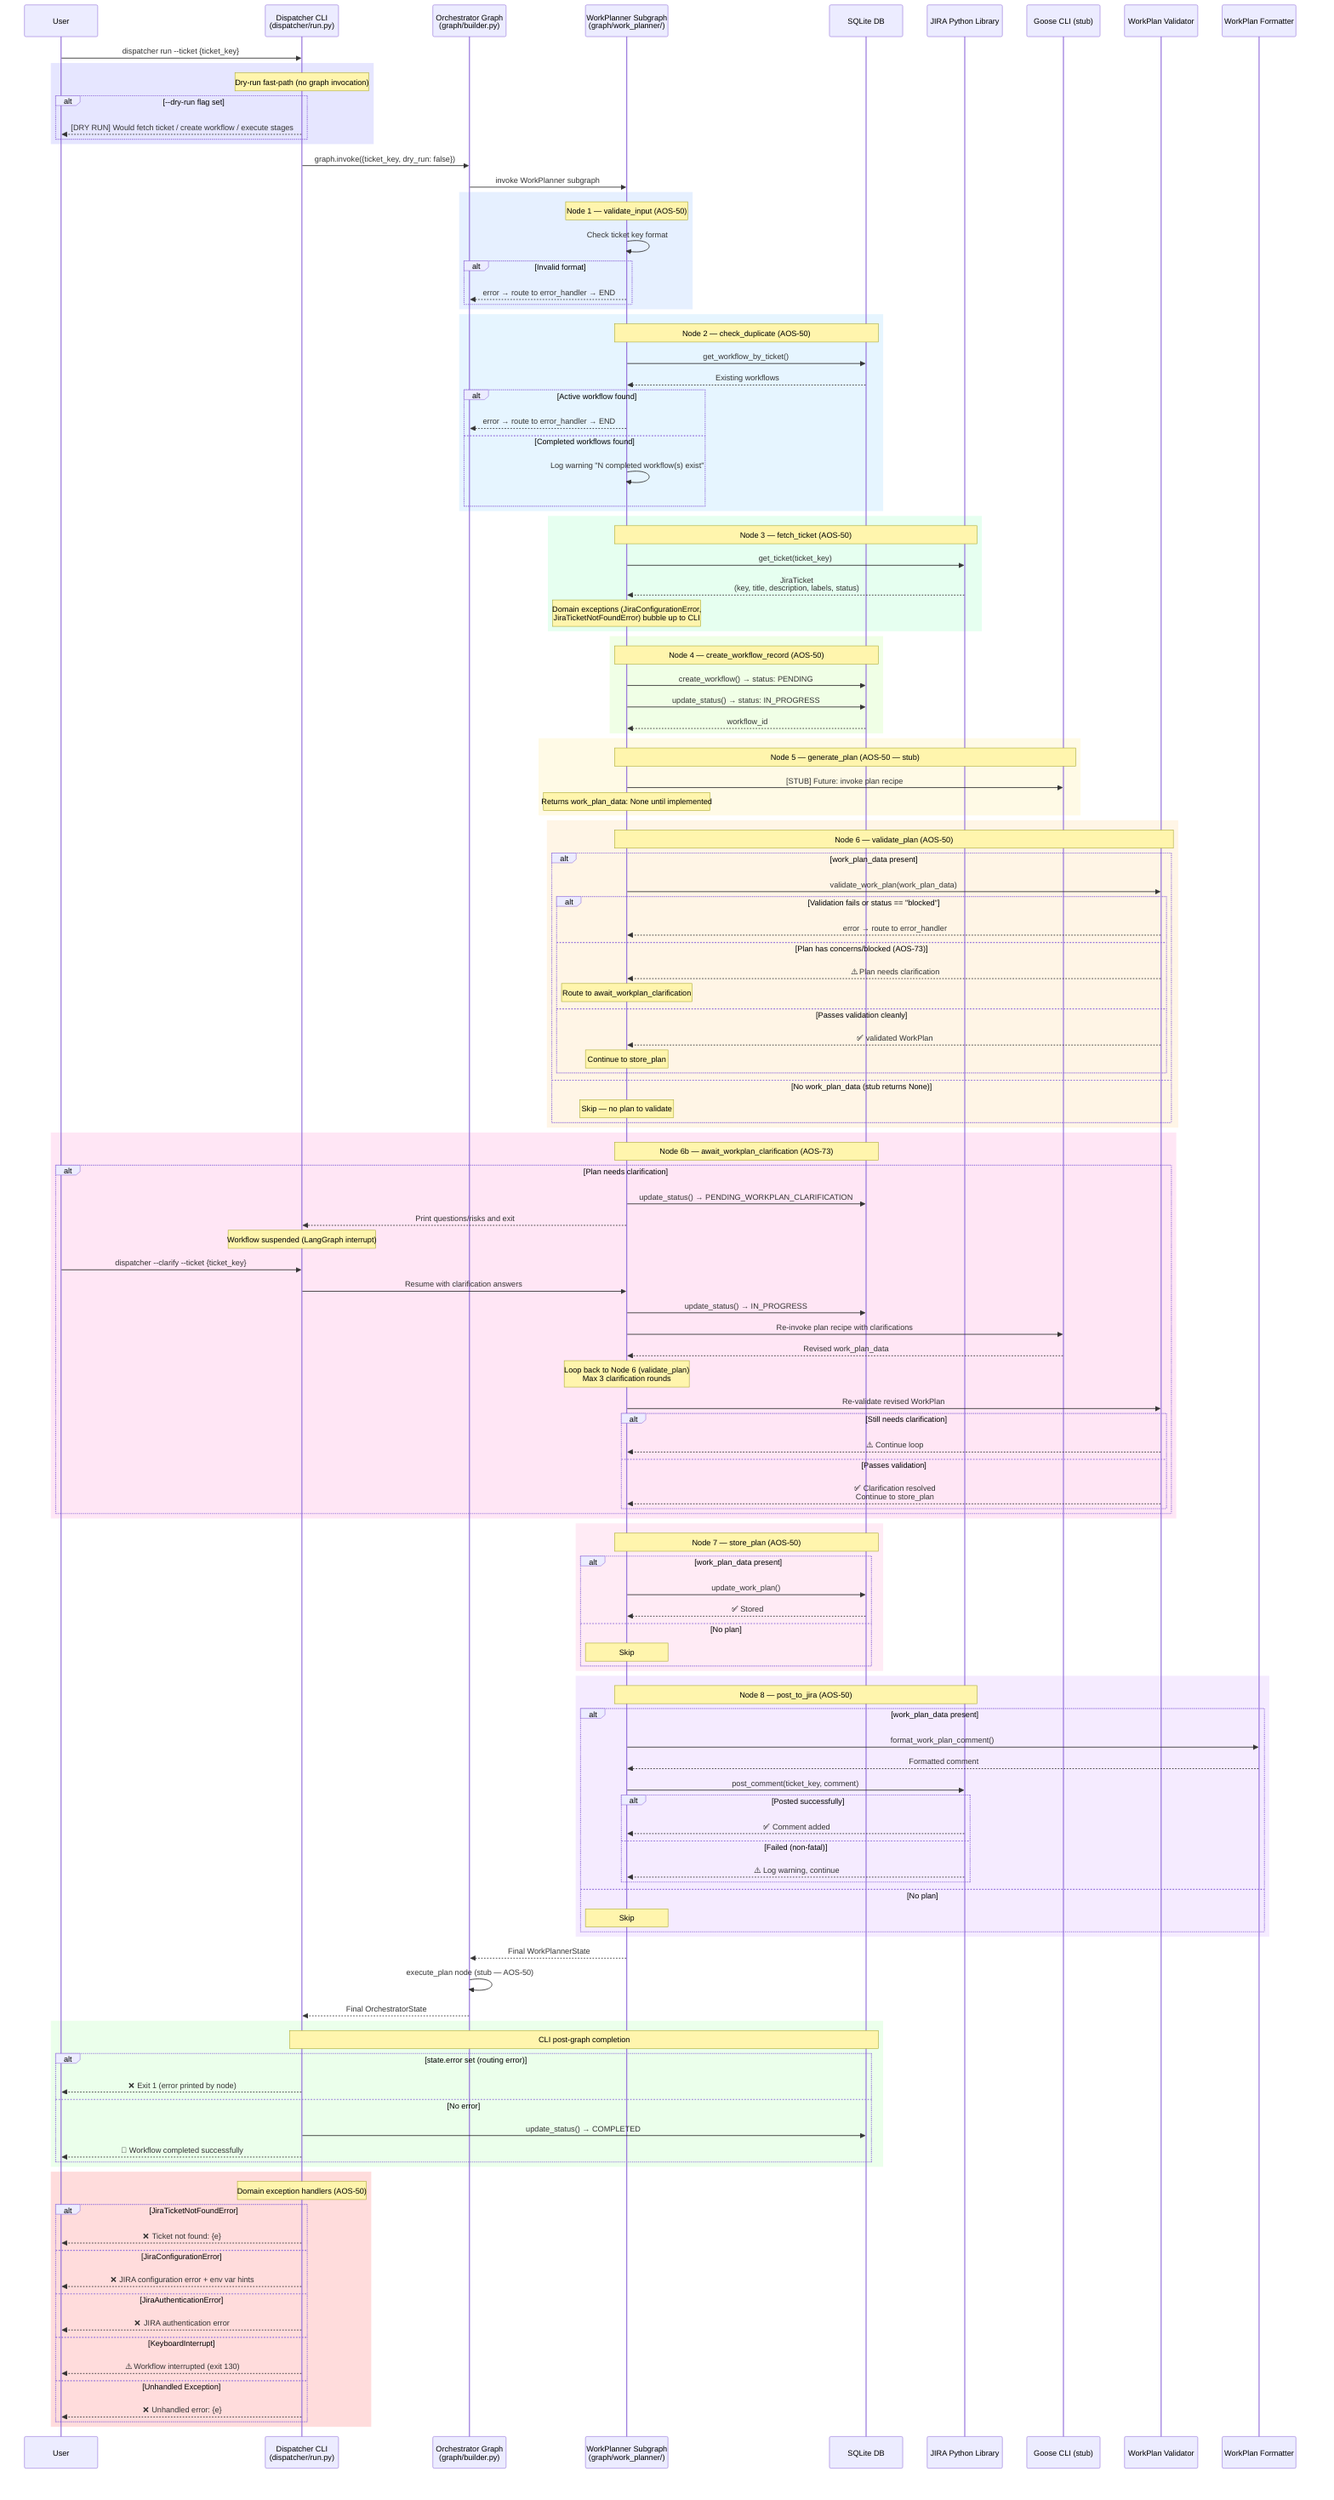
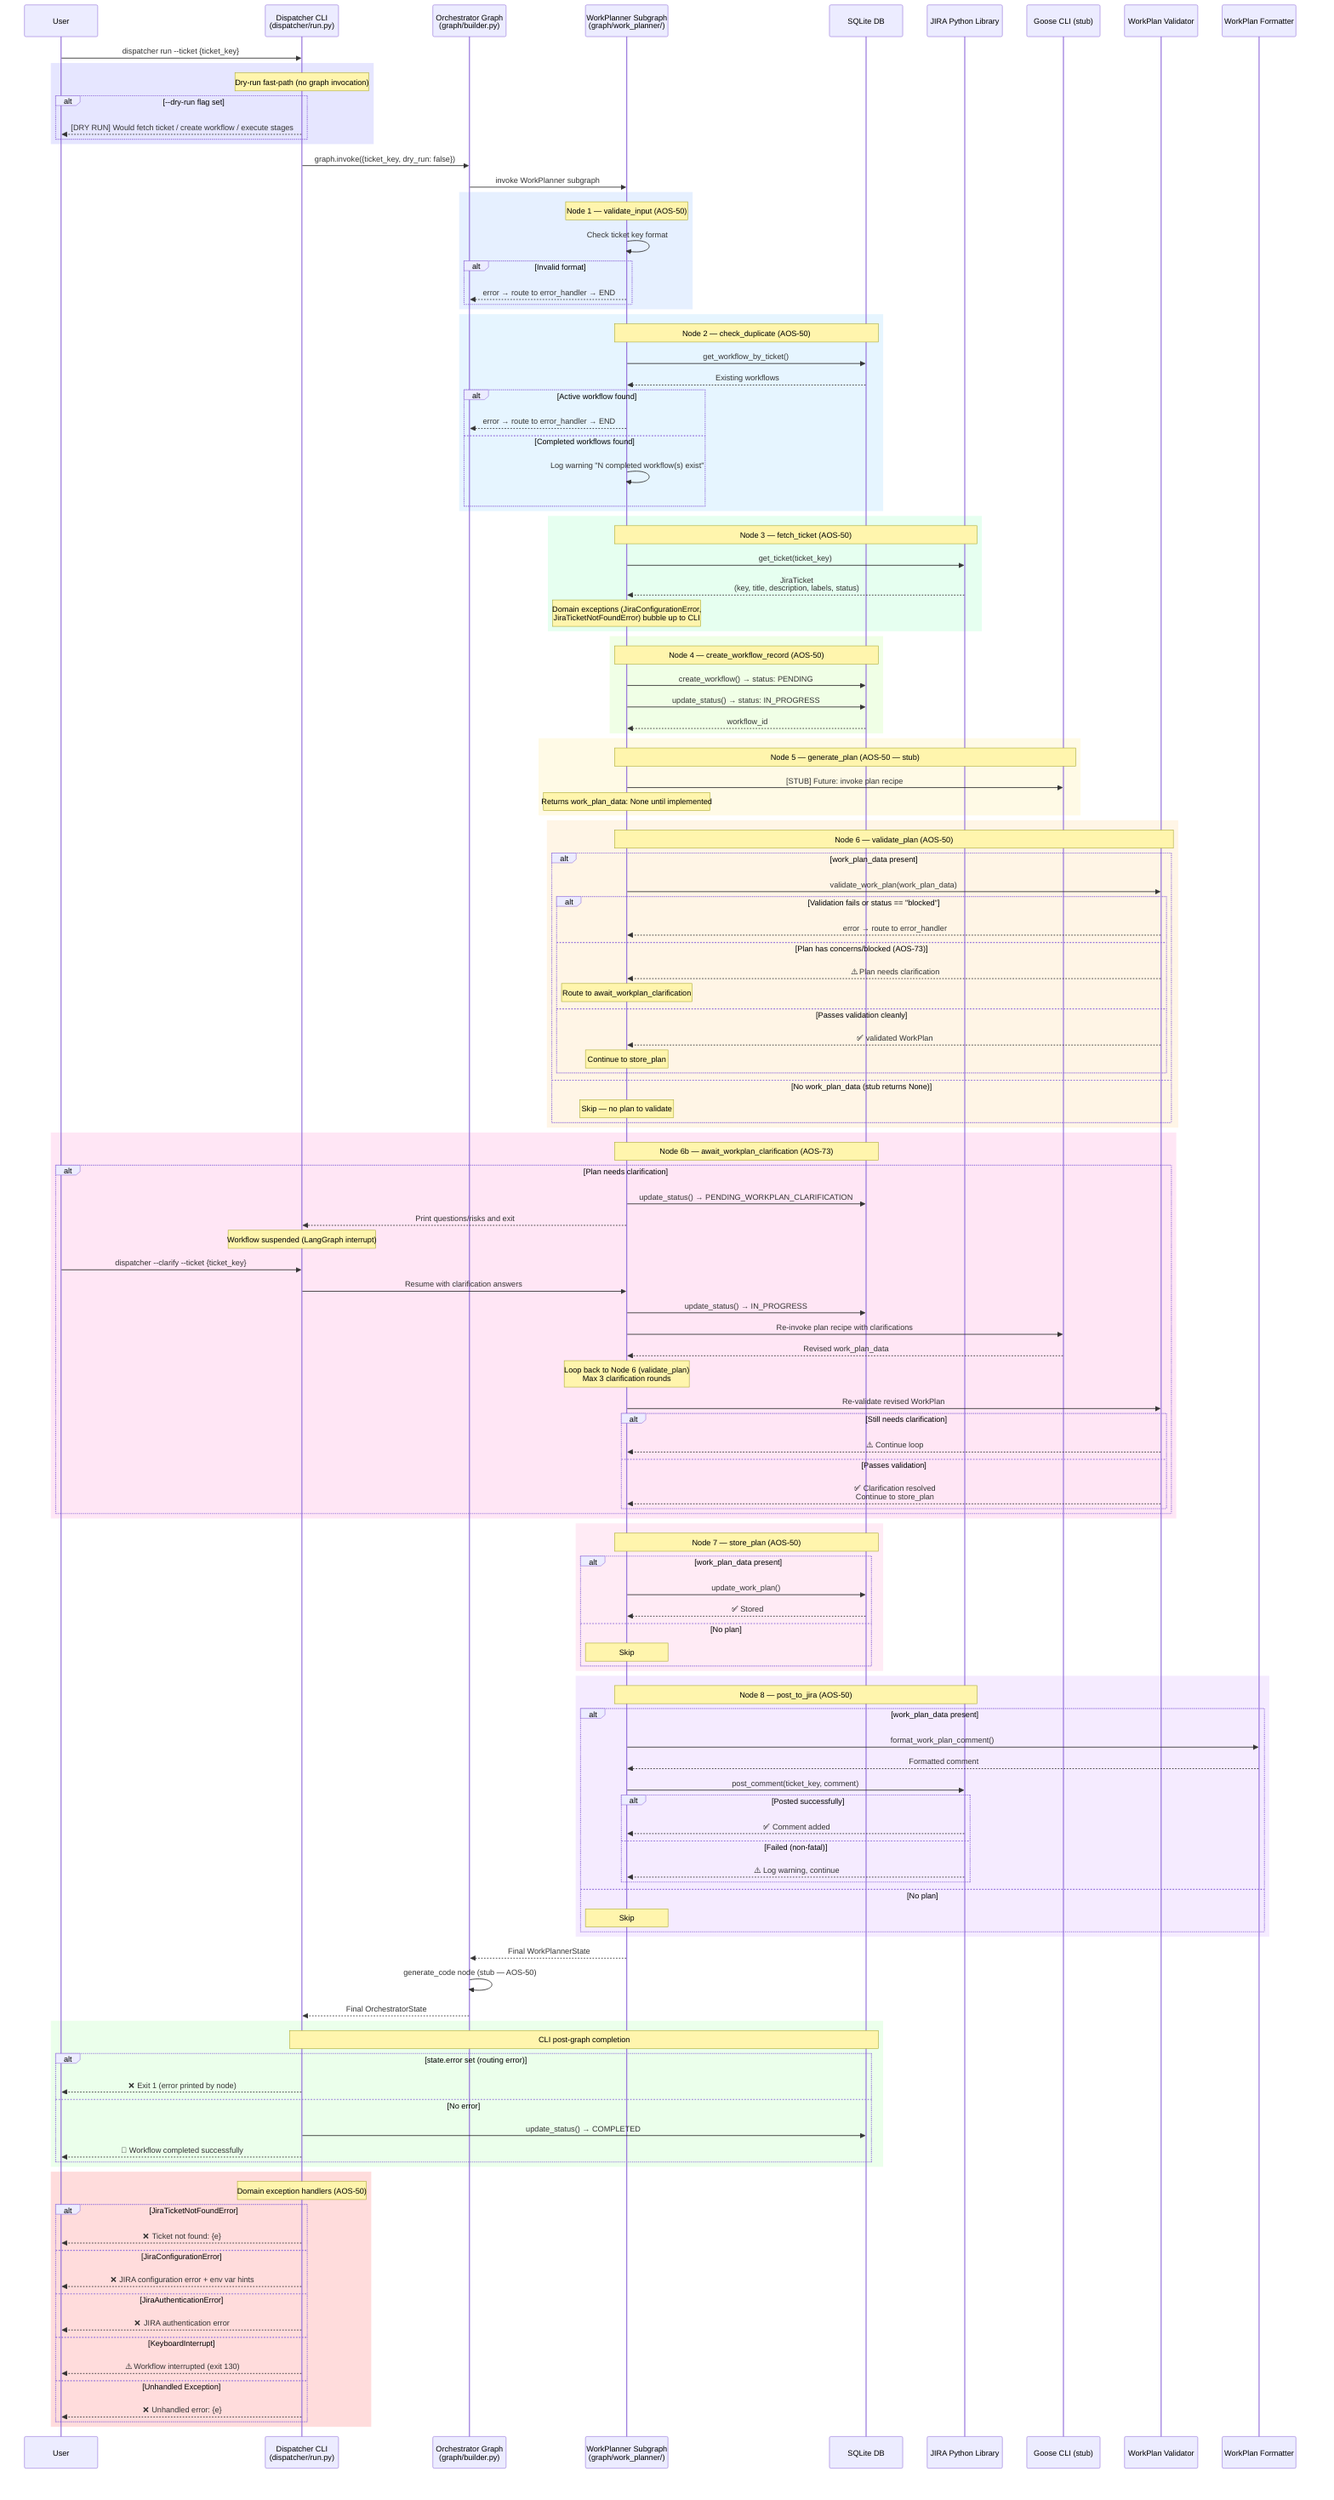
sequenceDiagram
    participant User
    participant CLI as Dispatcher CLI<br/>(dispatcher/run.py)
    participant Graph as Orchestrator Graph<br/>(graph/builder.py)
    participant WP as WorkPlanner Subgraph<br/>(graph/work_planner/)
    participant SQLite as SQLite DB
    participant JiraLib as JIRA Python Library
    participant Goose as Goose CLI (stub)
    participant Validator as WorkPlan Validator
    participant Formatter as WorkPlan Formatter

    User->>CLI: dispatcher run --ticket {ticket_key}

    rect rgb(230, 230, 255)
        Note over CLI: Dry-run fast-path (no graph invocation)
        alt --dry-run flag set
            CLI-->>User: [DRY RUN] Would fetch ticket / create workflow / execute stages
        end
    end

    CLI->>Graph: graph.invoke({ticket_key, dry_run: false})
    Graph->>WP: invoke WorkPlanner subgraph

    rect rgb(230, 240, 255)
        Note over WP: Node 1 — validate_input (AOS-50)
        WP->>WP: Check ticket key format
        alt Invalid format
            WP-->>Graph: error → route to error_handler → END
        end
    end

    rect rgb(230, 245, 255)
        Note over WP,SQLite: Node 2 — check_duplicate (AOS-50)
        WP->>SQLite: get_workflow_by_ticket()
        SQLite-->>WP: Existing workflows
        alt Active workflow found
            WP-->>Graph: error → route to error_handler → END
        else Completed workflows found
            WP->>WP: Log warning "N completed workflow(s) exist"
        end
    end

    rect rgb(230, 255, 240)
        Note over WP,JiraLib: Node 3 — fetch_ticket (AOS-50)
        WP->>JiraLib: get_ticket(ticket_key)
        JiraLib-->>WP: JiraTicket<br/>(key, title, description, labels, status)
        Note over WP: Domain exceptions (JiraConfigurationError,<br/>JiraTicketNotFoundError) bubble up to CLI
    end

    rect rgb(240, 255, 230)
        Note over WP,SQLite: Node 4 — create_workflow_record (AOS-50)
        WP->>SQLite: create_workflow() → status: PENDING
        WP->>SQLite: update_status() → status: IN_PROGRESS
        SQLite-->>WP: workflow_id
    end

    rect rgb(255, 250, 230)
        Note over WP,Goose: Node 5 — generate_plan (AOS-50 — stub)
        WP->>Goose: [STUB] Future: invoke plan recipe
        Note over WP: Returns work_plan_data: None until implemented
    end

    rect rgb(255, 245, 230)
        Note over WP,Validator: Node 6 — validate_plan (AOS-50)
        alt work_plan_data present
            WP->>Validator: validate_work_plan(work_plan_data)
            alt Validation fails or status == "blocked"
                Validator-->>WP: error → route to error_handler
            else Plan has concerns/blocked (AOS-73)
                Validator-->>WP: ⚠️  Plan needs clarification
                Note over WP: Route to await_workplan_clarification
            else Passes validation cleanly
                Validator-->>WP: ✅ validated WorkPlan
                Note over WP: Continue to store_plan
            end
        else No work_plan_data (stub returns None)
            Note over WP: Skip — no plan to validate
        end
    end

    rect rgb(255, 230, 245)
        Note over WP,SQLite: Node 6b — await_workplan_clarification (AOS-73)
        alt Plan needs clarification
            WP->>SQLite: update_status() → PENDING_WORKPLAN_CLARIFICATION
            WP-->>CLI: Print questions/risks and exit
            Note over CLI: Workflow suspended (LangGraph interrupt)

            User->>CLI: dispatcher --clarify --ticket {ticket_key}
            CLI->>WP: Resume with clarification answers
            WP->>SQLite: update_status() → IN_PROGRESS
            WP->>Goose: Re-invoke plan recipe with clarifications
            Goose-->>WP: Revised work_plan_data

            Note over WP: Loop back to Node 6 (validate_plan)<br/>Max 3 clarification rounds
            WP->>Validator: Re-validate revised WorkPlan
            alt Still needs clarification
                Validator-->>WP: ⚠️  Continue loop
            else Passes validation
                Validator-->>WP: ✅ Clarification resolved<br/>Continue to store_plan
            end
        end
    end

    rect rgb(255, 235, 245)
        Note over WP,SQLite: Node 7 — store_plan (AOS-50)
        alt work_plan_data present
            WP->>SQLite: update_work_plan()
            SQLite-->>WP: ✅ Stored
        else No plan
            Note over WP: Skip
        end
    end

    rect rgb(245, 235, 255)
        Note over WP,JiraLib: Node 8 — post_to_jira (AOS-50)
        alt work_plan_data present
            WP->>Formatter: format_work_plan_comment()
            Formatter-->>WP: Formatted comment
            WP->>JiraLib: post_comment(ticket_key, comment)
            alt Posted successfully
                JiraLib-->>WP: ✅ Comment added
            else Failed (non-fatal)
                JiraLib-->>WP: ⚠️  Log warning, continue
            end
        else No plan
            Note over WP: Skip
        end
    end

    WP-->>Graph: Final WorkPlannerState
-     Graph->>Graph: execute_plan node (stub — AOS-50)
+     Graph->>Graph: generate_code node (stub — AOS-50)
    Graph-->>CLI: Final OrchestratorState

    rect rgb(235, 255, 235)
        Note over CLI,SQLite: CLI post-graph completion
        alt state.error set (routing error)
            CLI-->>User: ❌ Exit 1 (error printed by node)
        else No error
            CLI->>SQLite: update_status() → COMPLETED
            CLI-->>User: 🎉 Workflow completed successfully
        end
    end

    rect rgb(255, 220, 220)
        Note over CLI: Domain exception handlers (AOS-50)
        alt JiraTicketNotFoundError
            CLI-->>User: ❌ Ticket not found: {e}
        else JiraConfigurationError
            CLI-->>User: ❌ JIRA configuration error + env var hints
        else JiraAuthenticationError
            CLI-->>User: ❌ JIRA authentication error
        else KeyboardInterrupt
            CLI-->>User: ⚠️  Workflow interrupted (exit 130)
        else Unhandled Exception
            CLI-->>User: ❌ Unhandled error: {e}
        end
    end
